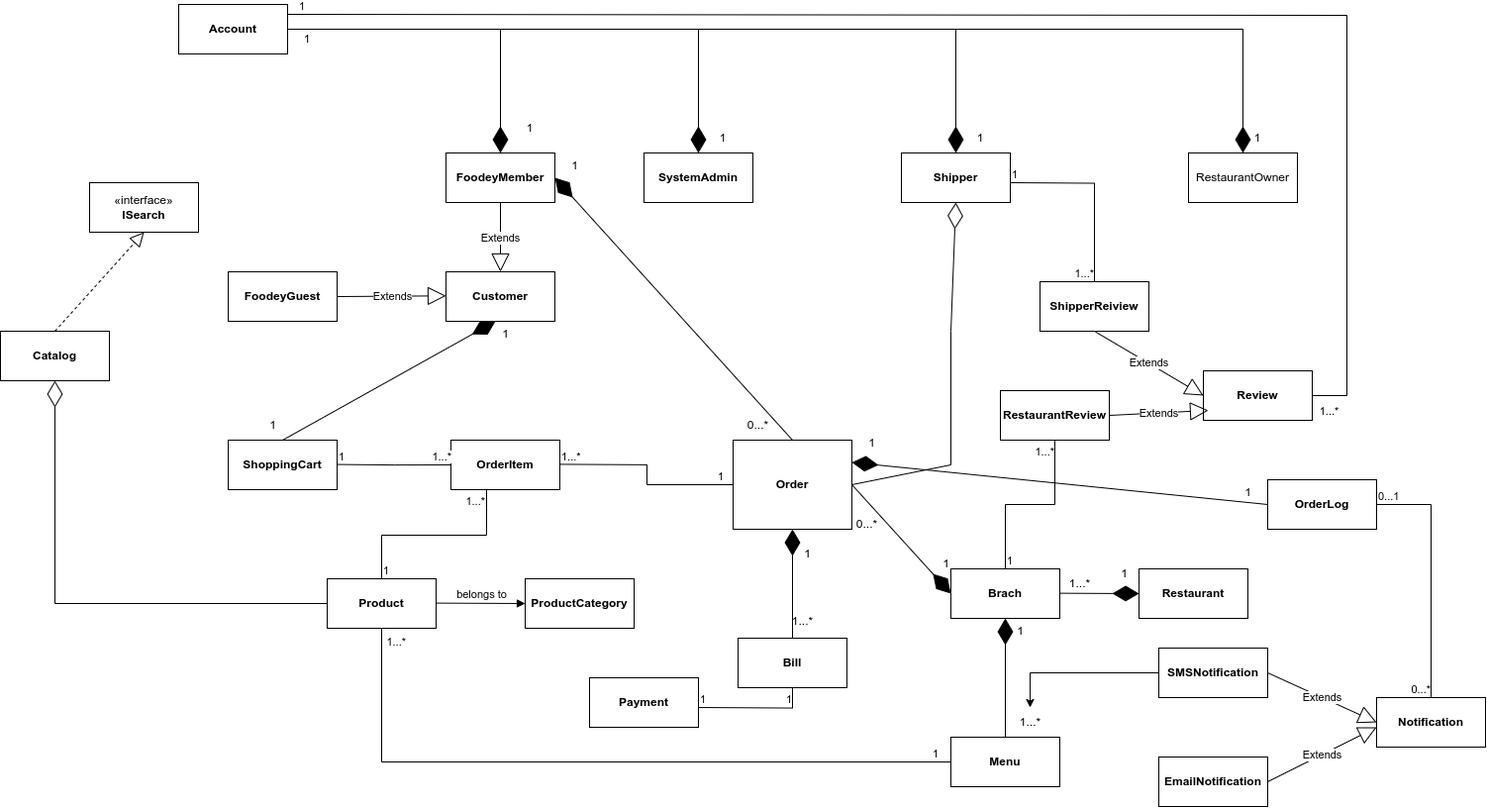
This is Project/Diagrams/classes/imgs/FoodeyClassDiagram.drawio.png from Foodey/foodey-documents, a draw.io export, as it was before one commit. Source tidied: cells renumbered, new cells last; positions are measured from the earlier drawing's top-left corner, leaving out a move shared by most shapes.
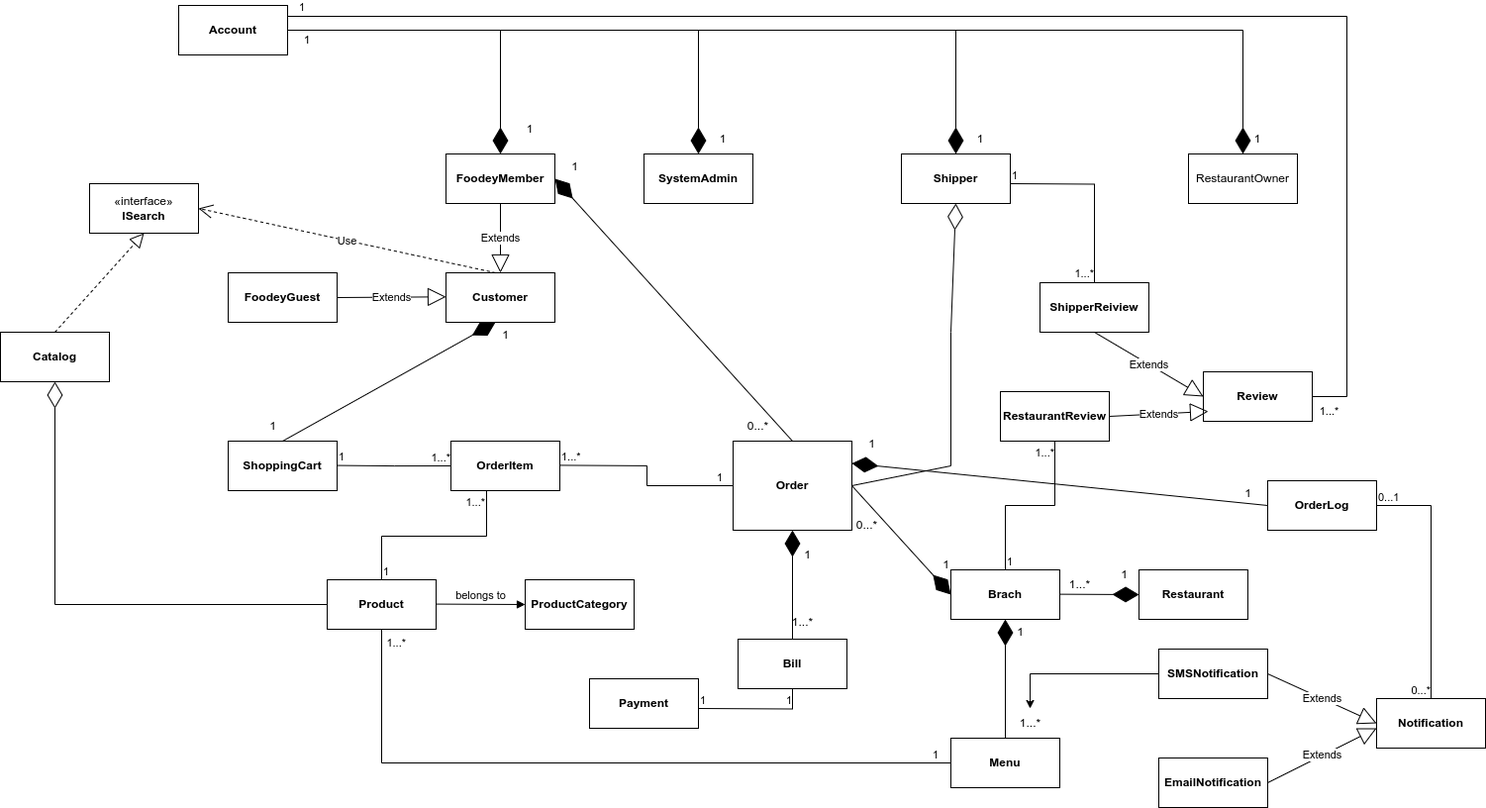
The same diagram one commit later.

Commit message:
update class diagram

What changed in the source:
```diff
@@ -358,5 +358,10 @@
     <mxCell id="95" value="1" style="text;html=1;align=center;verticalAlign=middle;strokeColor=none;fillColor=none;" parent="1" vertex="1">
       <mxGeometry x="1120" y="560" width="30" height="30" as="geometry" />
     </mxCell>
+    <mxCell id="96" value="Use" style="endArrow=open;endSize=12;dashed=1;html=1;rounded=0;entryX=1;entryY=0.5;entryDx=0;entryDy=0;" parent="1" edge="1" target="59">
+      <mxGeometry relative="1" as="geometry">
+        <mxPoint x="500" y="270" as="sourcePoint" />
+      </mxGeometry>
+    </mxCell>
   </root>
 </mxGraphModel>
```
